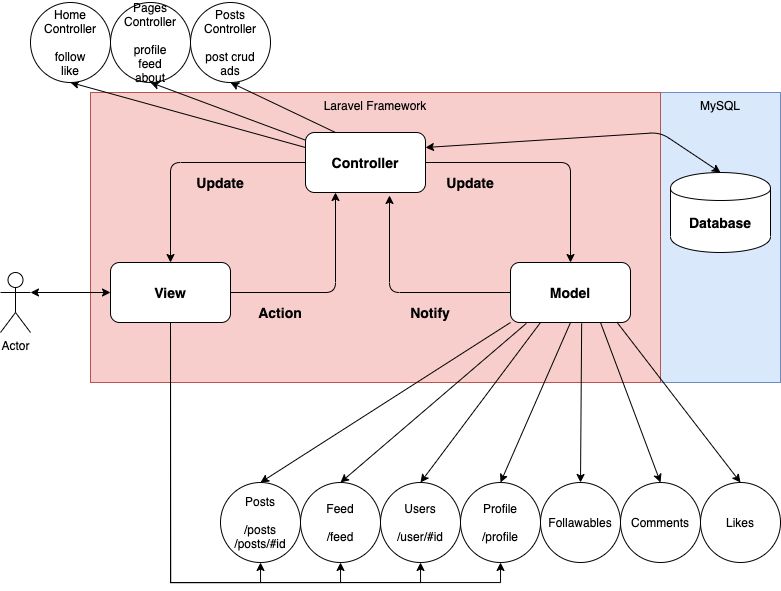
This is documentation/architecture_design.png from abdulmansour/soen341, a draw.io export, as it was before one commit. Source tidied: cells renumbered, new cells last; positions are measured from the earlier drawing's top-left corner, leaving out a move shared by most shapes.
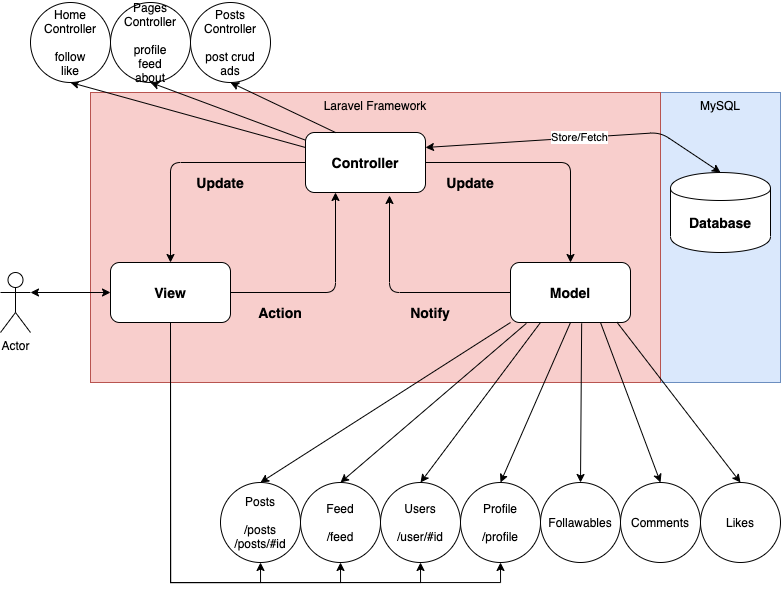
The same diagram one commit later.

Change to the diagram source:
```diff
@@ -77,7 +77,7 @@
     <mxCell id="19" value="&lt;b&gt;&lt;font style=&quot;font-size: 14px&quot;&gt;Database&lt;/font&gt;&lt;/b&gt;" style="text;html=1;strokeColor=none;fillColor=none;align=center;verticalAlign=middle;whiteSpace=wrap;rounded=0;" parent="1" vertex="1">
       <mxGeometry x="700" y="210" width="40" height="20" as="geometry" />
     </mxCell>
-    <mxCell id="20" style="endArrow=classic;startArrow=classic;html=1;exitX=1;exitY=0.25;exitDx=0;exitDy=0;entryX=0.5;entryY=0;entryDx=0;entryDy=0;" parent="1" edge="1" source="4" target="18">
+    <mxCell id="20" value="Store/Fetch" style="endArrow=classic;startArrow=classic;html=1;exitX=1;exitY=0.25;exitDx=0;exitDy=0;entryX=0.5;entryY=0;entryDx=0;entryDy=0;" parent="1" edge="1" source="4" target="18">
       <mxGeometry relative="1" as="geometry">
         <Array as="points">
           <mxPoint x="660" y="130" />
```
